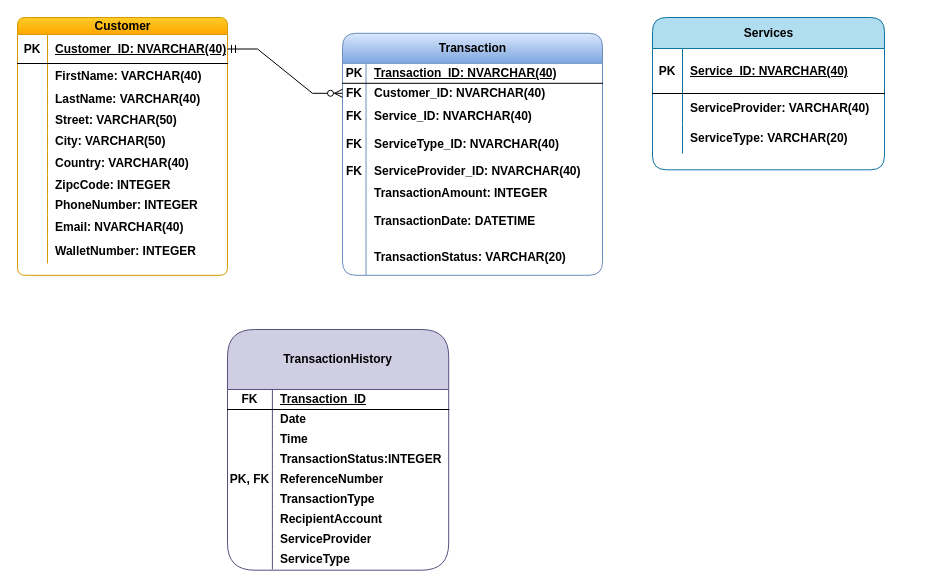
The draw.io diagram Untitled Diagram.drawio in Kwasako/Smart-Grid-Product-Site, before the edit. Source tidied: cells renumbered, new cells numbered last; positions are measured from the earlier drawing's top-left corner, leaving out a move shared by most shapes. Both pictures are drawn from the tidied source at 100%, with x=0, y=0 at pixel (17, 17).
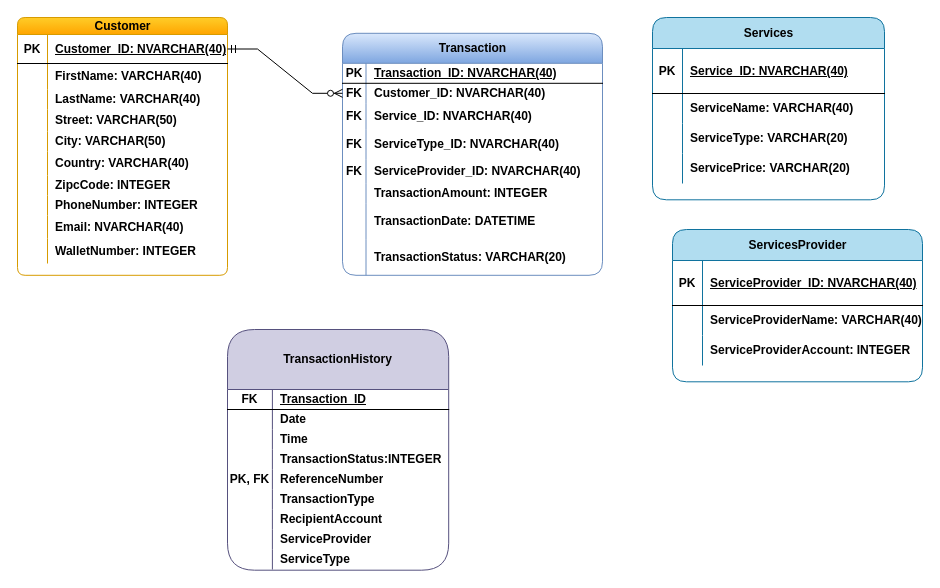
The same diagram, later.

Unchanged cells that the change refers to:
```xml
<mxCell id="37" style="shape=tableRow;horizontal=0;startSize=0;swimlaneHead=0;swimlaneBody=0;fillColor=none;top=0;left=0;right=0;bottom=0;" parent="33" vertex="1">
  <mxGeometry y="76" width="232" height="30" as="geometry" />
</mxCell>
```

Diff of the diagram source:
```diff
@@
     <mxCell id="33" value="Services" style="shape=table;startSize=31;childLayout=tableLayout;rowLines=0;fontStyle=1;align=center;html=1;fillColor=#b1ddf0;strokeColor=#10739e;rounded=1;" parent="1" vertex="1">
-      <mxGeometry x="635" width="232" height="152.3" as="geometry" />
+      <mxGeometry x="635" width="232" height="182.3" as="geometry" />
     </mxCell>
@@
-    <mxCell id="39" value="ServiceProvider: VARCHAR(40)" style="shape=partialRectangle;fillColor=none;top=0;left=0;bottom=0;right=0;align=left;spacingLeft=6;overflow=hidden;whiteSpace=wrap;html=1;fontStyle=1;" parent="37" vertex="1">
+    <mxCell id="39" value="ServiceName: VARCHAR(40)" style="shape=partialRectangle;fillColor=none;top=0;left=0;bottom=0;right=0;align=left;spacingLeft=6;overflow=hidden;whiteSpace=wrap;html=1;fontStyle=1;" parent="37" vertex="1">
       <mxGeometry x="30" width="202" height="30" as="geometry" />
     </mxCell>
@@
+    <mxCell id="97" style="shape=tableRow;horizontal=0;startSize=0;swimlaneHead=0;swimlaneBody=0;fillColor=none;top=0;left=0;right=0;bottom=0;" parent="33" vertex="1">
+      <mxGeometry y="136" width="232" height="30" as="geometry" />
+    </mxCell>
+    <mxCell id="98" style="shape=partialRectangle;fillColor=none;top=0;left=0;bottom=0;right=0;overflow=hidden;whiteSpace=wrap;html=1;fontStyle=1;" parent="97" vertex="1">
+      <mxGeometry width="30" height="30" as="geometry" />
+    </mxCell>
+    <mxCell id="99" value="ServicePrice: VARCHAR(20)" style="shape=partialRectangle;fillColor=none;top=0;left=0;bottom=0;right=0;align=left;spacingLeft=6;overflow=hidden;whiteSpace=wrap;html=1;fontStyle=1;" parent="97" vertex="1">
+      <mxGeometry x="30" width="202" height="30" as="geometry" />
+    </mxCell>
@@
+    <mxCell id="100" value="ServicesProvider" style="shape=table;startSize=31;childLayout=tableLayout;rowLines=0;fontStyle=1;align=center;html=1;fillColor=#b1ddf0;strokeColor=#10739e;rounded=1;" parent="1" vertex="1">
+      <mxGeometry x="655" y="212" width="250" height="152.3" as="geometry" />
+    </mxCell>
+    <mxCell id="101" style="shape=tableRow;horizontal=0;startSize=0;swimlaneHead=0;swimlaneBody=0;fillColor=none;top=0;left=0;right=0;bottom=1;" parent="100" vertex="1">
+      <mxGeometry y="31" width="250" height="45" as="geometry" />
+    </mxCell>
+    <mxCell id="102" value="PK" style="shape=partialRectangle;fillColor=none;top=0;left=0;bottom=0;right=0;fontStyle=1;overflow=hidden;whiteSpace=wrap;html=1;" parent="101" vertex="1">
+      <mxGeometry width="30" height="45" as="geometry" />
+    </mxCell>
+    <mxCell id="103" value="ServiceProvider_ID: NVARCHAR(40)" style="shape=partialRectangle;fillColor=none;top=0;left=0;bottom=0;right=0;align=left;spacingLeft=6;fontStyle=5;overflow=hidden;whiteSpace=wrap;html=1;" parent="101" vertex="1">
+      <mxGeometry x="30" width="220" height="45" as="geometry" />
+    </mxCell>
+    <mxCell id="104" style="shape=tableRow;horizontal=0;startSize=0;swimlaneHead=0;swimlaneBody=0;fillColor=none;top=0;left=0;right=0;bottom=0;" parent="100" vertex="1">
+      <mxGeometry y="76" width="250" height="30" as="geometry" />
+    </mxCell>
+    <mxCell id="105" style="shape=partialRectangle;fillColor=none;top=0;left=0;bottom=0;right=0;overflow=hidden;whiteSpace=wrap;html=1;fontStyle=1;" parent="104" vertex="1">
+      <mxGeometry width="30" height="30" as="geometry" />
+    </mxCell>
+    <mxCell id="106" value="ServiceProviderName: VARCHAR(40)" style="shape=partialRectangle;fillColor=none;top=0;left=0;bottom=0;right=0;align=left;spacingLeft=6;overflow=hidden;whiteSpace=wrap;html=1;fontStyle=1;" parent="104" vertex="1">
+      <mxGeometry x="30" width="220" height="30" as="geometry" />
+    </mxCell>
+    <mxCell id="107" style="shape=tableRow;horizontal=0;startSize=0;swimlaneHead=0;swimlaneBody=0;fillColor=none;top=0;left=0;right=0;bottom=0;" parent="100" vertex="1">
+      <mxGeometry y="106" width="250" height="30" as="geometry" />
+    </mxCell>
+    <mxCell id="108" style="shape=partialRectangle;fillColor=none;top=0;left=0;bottom=0;right=0;overflow=hidden;whiteSpace=wrap;html=1;fontStyle=1;" parent="107" vertex="1">
+      <mxGeometry width="30" height="30" as="geometry" />
+    </mxCell>
+    <mxCell id="109" value="ServiceProviderAccount: INTEGER" style="shape=partialRectangle;fillColor=none;top=0;left=0;bottom=0;right=0;align=left;spacingLeft=6;overflow=hidden;whiteSpace=wrap;html=1;fontStyle=1;" parent="107" vertex="1">
+      <mxGeometry x="30" width="220" height="30" as="geometry" />
+    </mxCell>
```
